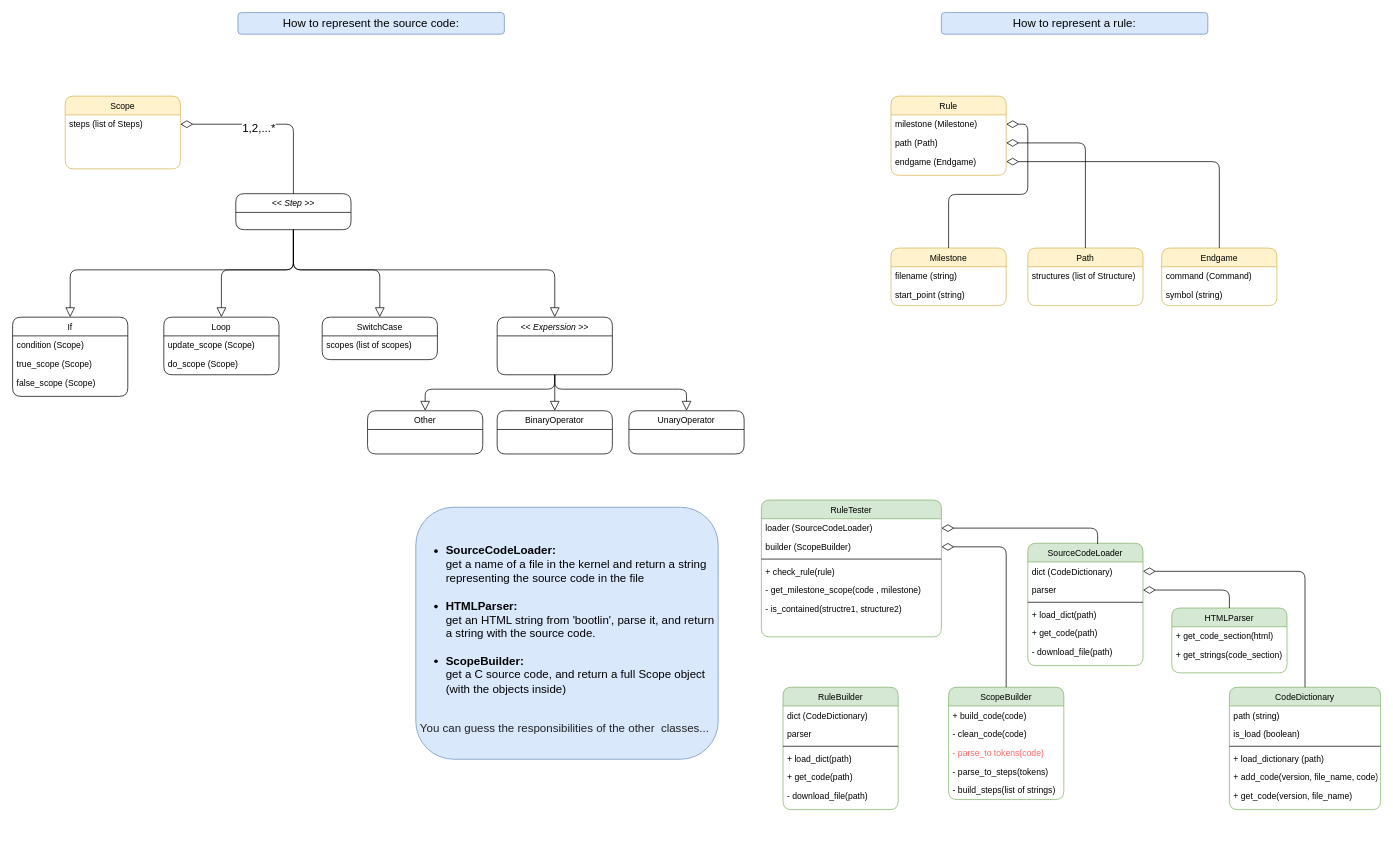
zivnaim/simon keeps this draw.io diagram as Untitled Diagram.drawio. Above is the earlier version. Source tidied: cells renumbered, new cells numbered last; positions are measured from the earlier drawing's top-left corner, leaving out a move shared by most shapes. Both pictures are drawn from the tidied source at 72%, with x=0, y=0 at pixel (12, 12).
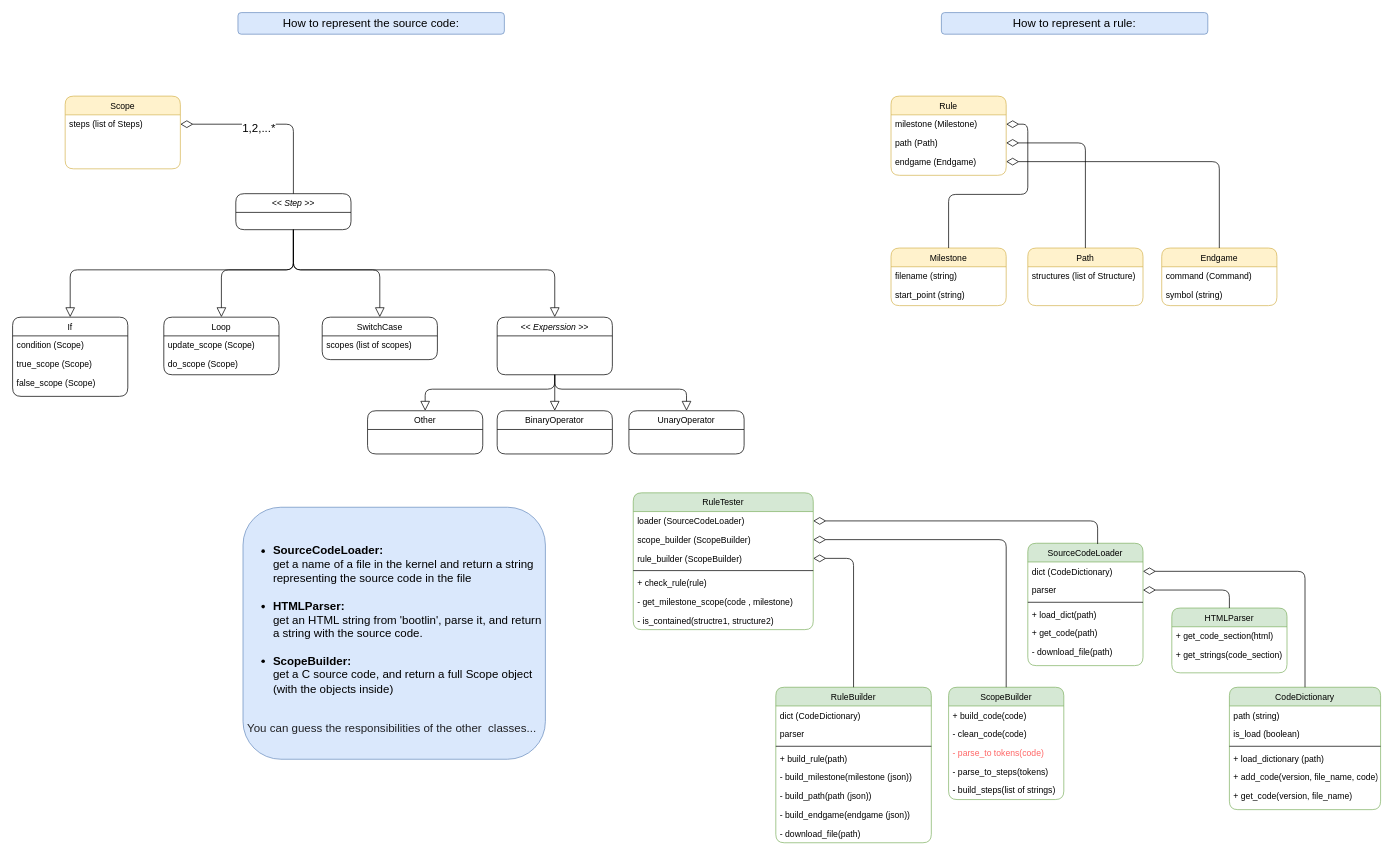
After the change.

Unchanged cells that the change refers to:
```xml
<mxCell id="3" value="dict (CodeDictionary)" style="text;align=left;verticalAlign=top;spacingLeft=4;spacingRight=4;overflow=hidden;points=[[0,0.5],[1,0.5]];portConstraint=eastwest;rounded=1;fontColor=#000000;" parent="2" vertex="1">
  <mxGeometry y="26" width="160" height="26" as="geometry" />
</mxCell>
<mxCell id="46" value="CodeDictionary" style="swimlane;fontStyle=0;align=center;verticalAlign=top;horizontal=1;startSize=26;rounded=1;shadow=0;strokeWidth=1;fillColor=#d5e8d4;strokeColor=#82b366;swimlaneLine=1;" parent="1" vertex="1">
  <mxGeometry x="1690" y="937" width="210" height="170" as="geometry" />
</mxCell>
<mxCell id="55" value="If" style="swimlane;fontStyle=0;align=center;verticalAlign=top;horizontal=1;startSize=26;rounded=1;shadow=0;strokeWidth=1;" parent="1" vertex="1">
  <mxGeometry y="423" width="160" height="110" as="geometry" />
</mxCell>
<mxCell id="60" value="Loop" style="swimlane;fontStyle=0;align=center;verticalAlign=top;horizontal=1;startSize=26;rounded=1;shadow=0;strokeWidth=1;" parent="1" vertex="1">
  <mxGeometry x="210" y="423" width="160" height="80" as="geometry" />
</mxCell>
<mxCell id="64" value="SwitchCase" style="swimlane;fontStyle=0;align=center;verticalAlign=top;horizontal=1;startSize=26;rounded=1;shadow=0;strokeWidth=1;" parent="1" vertex="1">
  <mxGeometry x="430" y="423" width="160" height="59" as="geometry" />
</mxCell>
<mxCell id="70" value="&lt;&lt; Experssion &gt;&gt;" style="swimlane;fontStyle=2;align=center;verticalAlign=top;horizontal=1;startSize=26;rounded=1;shadow=0;strokeWidth=1;" parent="1" vertex="1">
  <mxGeometry x="673" y="423" width="160" height="80" as="geometry" />
</mxCell>
<mxCell id="74" value="&lt;&lt; Step &gt;&gt;" style="swimlane;fontStyle=2;align=center;verticalAlign=top;horizontal=1;startSize=26;rounded=1;shadow=0;strokeWidth=1;" parent="1" vertex="1">
  <mxGeometry x="310" y="251.5" width="160" height="50" as="geometry" />
</mxCell>
```

The edit, as a diff of the source:
```diff
@@
     <mxCell id="12" value="RuleTester" style="swimlane;fontStyle=0;align=center;verticalAlign=top;horizontal=1;startSize=26;rounded=1;shadow=0;strokeWidth=1;fillColor=#d5e8d4;strokeColor=#82b366;" parent="1" vertex="1">
-      <mxGeometry x="1040" y="677" width="250" height="190" as="geometry" />
+      <mxGeometry x="862" y="667" width="250" height="190" as="geometry" />
     </mxCell>
@@
-    <mxCell id="14" value="builder (ScopeBuilder)" style="text;align=left;verticalAlign=top;spacingLeft=4;spacingRight=4;overflow=hidden;points=[[0,0.5],[1,0.5]];portConstraint=eastwest;rounded=1;" parent="12" vertex="1">
+    <mxCell id="14" value="scope_builder (ScopeBuilder)" style="text;align=left;verticalAlign=top;spacingLeft=4;spacingRight=4;overflow=hidden;points=[[0,0.5],[1,0.5]];portConstraint=eastwest;rounded=1;" parent="12" vertex="1">
       <mxGeometry y="52" width="250" height="26" as="geometry" />
     </mxCell>
+    <mxCell id="86" value="rule_builder (ScopeBuilder)" style="text;align=left;verticalAlign=top;spacingLeft=4;spacingRight=4;overflow=hidden;points=[[0,0.5],[1,0.5]];portConstraint=eastwest;rounded=1;" parent="12" vertex="1">
+      <mxGeometry y="78" width="250" height="26" as="geometry" />
+    </mxCell>
     <mxCell id="15" style="line;html=1;strokeWidth=1;align=left;verticalAlign=middle;spacingTop=-1;spacingLeft=3;spacingRight=3;labelPosition=right;rounded=1;" parent="12" vertex="1">
-      <mxGeometry y="78" width="250" height="8" as="geometry" />
+      <mxGeometry y="104" width="250" height="8" as="geometry" />
     </mxCell>
     <mxCell id="16" value="+ check_rule(rule)" style="text;align=left;verticalAlign=top;spacingLeft=4;spacingRight=4;overflow=hidden;rounded=1;" parent="12" vertex="1">
-      <mxGeometry y="86" width="250" height="26" as="geometry" />
+      <mxGeometry y="112" width="250" height="26" as="geometry" />
     </mxCell>
     <mxCell id="17" value="- get_milestone_scope(code , milestone)" style="text;align=left;verticalAlign=top;spacingLeft=4;spacingRight=4;overflow=hidden;rounded=1;" parent="12" vertex="1">
-      <mxGeometry y="112" width="250" height="26" as="geometry" />
+      <mxGeometry y="138" width="250" height="26" as="geometry" />
     </mxCell>
     <mxCell id="18" value="- is_contained(structre1, structure2)" style="text;align=left;verticalAlign=top;spacingLeft=4;spacingRight=4;overflow=hidden;rounded=1;" parent="12" vertex="1">
-      <mxGeometry y="138" width="250" height="26" as="geometry" />
+      <mxGeometry y="164" width="250" height="26" as="geometry" />
     </mxCell>
@@
     <mxCell id="30" value="&lt;ul&gt;&lt;li&gt;&lt;div&gt;&lt;b&gt;SourceCodeLoader:&lt;/b&gt;&lt;/div&gt;&lt;div&gt;&lt;span&gt;get a name of a file in the kernel and return a string representing the source code in the file&lt;/span&gt;&lt;/div&gt;&lt;div&gt;&lt;br&gt;&lt;/div&gt;&lt;/li&gt;&lt;li&gt;&lt;div&gt;&lt;b&gt;HTMLParser:&lt;/b&gt;&lt;/div&gt;&lt;div&gt;&lt;span&gt;get an HTML string from 'bootlin', parse it, and return a string with the source code.&amp;nbsp;&amp;nbsp;&lt;/span&gt;&lt;/div&gt;&lt;div&gt;&lt;br&gt;&lt;/div&gt;&lt;/li&gt;&lt;li&gt;&lt;div&gt;&lt;b&gt;ScopeBuilder:&lt;/b&gt;&lt;/div&gt;&lt;div&gt;&lt;span&gt;get a C source code, and return a full Scope object (with the objects inside)&lt;/span&gt;&lt;/div&gt;&lt;/li&gt;&lt;/ul&gt;&lt;div&gt;&lt;br&gt;&lt;/div&gt;&lt;div&gt;&lt;font size=&quot;1&quot;&gt;&lt;span&gt; &lt;/span&gt;&lt;span style=&quot;color: rgb(32 , 33 , 36) ; font-family: inherit ; font-size: 16px&quot;&gt;&lt;span style=&quot;white-space: pre&quot;&gt; &lt;/span&gt;You can guess the responsibilities of the other &lt;span style=&quot;white-space: pre&quot;&gt; &lt;/span&gt;classes...&lt;/span&gt;&lt;/font&gt;&lt;br&gt;&lt;/div&gt;" style="text;html=1;strokeColor=#6c8ebf;fillColor=#dae8fc;align=left;verticalAlign=middle;whiteSpace=wrap;rounded=1;fontSize=16;" parent="1" vertex="1">
-      <mxGeometry x="560" y="687" width="420" height="350" as="geometry" />
+      <mxGeometry x="320" y="687" width="420" height="350" as="geometry" />
     </mxCell>
@@
-    <mxCell id="53" style="edgeStyle=orthogonalEdgeStyle;rounded=1;jettySize=auto;html=1;exitX=1;exitY=0.5;exitDx=0;exitDy=0;entryX=0.5;entryY=0;entryDx=0;entryDy=0;fontColor=#000000;sketch=0;shadow=0;endArrow=none;endFill=0;startArrow=diamondThin;startFill=0;startSize=15;" parent="1" edge="1" source="3" target="46">
+    <mxCell id="53" style="edgeStyle=orthogonalEdgeStyle;rounded=1;jettySize=auto;html=1;exitX=1;exitY=0.5;exitDx=0;exitDy=0;entryX=0.5;entryY=0;entryDx=0;entryDy=0;fontColor=#000000;shadow=0;endArrow=none;endFill=0;startArrow=diamondThin;startFill=0;startSize=15;" parent="1" edge="1" source="3" target="46">
       <mxGeometry relative="1" as="geometry" />
     </mxCell>
-    <mxCell id="54" style="edgeStyle=orthogonalEdgeStyle;rounded=1;sketch=0;jettySize=auto;html=1;exitX=0.5;exitY=0;exitDx=0;exitDy=0;entryX=0.5;entryY=1;entryDx=0;entryDy=0;shadow=0;fontColor=#000000;startArrow=block;startFill=0;endArrow=none;endFill=0;startSize=11;" parent="1" edge="1" source="55" target="74">
+    <mxCell id="54" style="edgeStyle=orthogonalEdgeStyle;rounded=1;jettySize=auto;html=1;exitX=0.5;exitY=0;exitDx=0;exitDy=0;entryX=0.5;entryY=1;entryDx=0;entryDy=0;shadow=0;fontColor=#000000;startArrow=block;startFill=0;endArrow=none;endFill=0;startSize=11;" parent="1" edge="1" source="55" target="74">
       <mxGeometry relative="1" as="geometry" />
     </mxCell>
@@
-    <mxCell id="59" style="edgeStyle=orthogonalEdgeStyle;rounded=1;sketch=0;jettySize=auto;html=1;exitX=0.5;exitY=0;exitDx=0;exitDy=0;entryX=0.5;entryY=1;entryDx=0;entryDy=0;shadow=0;fontColor=#000000;startArrow=block;startFill=0;endArrow=none;endFill=0;startSize=11;" parent="1" edge="1" source="60" target="74">
+    <mxCell id="59" style="edgeStyle=orthogonalEdgeStyle;rounded=1;jettySize=auto;html=1;exitX=0.5;exitY=0;exitDx=0;exitDy=0;entryX=0.5;entryY=1;entryDx=0;entryDy=0;shadow=0;fontColor=#000000;startArrow=block;startFill=0;endArrow=none;endFill=0;startSize=11;" parent="1" edge="1" source="60" target="74">
       <mxGeometry relative="1" as="geometry" />
     </mxCell>
@@
-    <mxCell id="63" style="edgeStyle=orthogonalEdgeStyle;rounded=1;sketch=0;jettySize=auto;html=1;exitX=0.5;exitY=0;exitDx=0;exitDy=0;entryX=0.5;entryY=1;entryDx=0;entryDy=0;shadow=0;fontColor=#000000;startArrow=block;startFill=0;endArrow=none;endFill=0;startSize=11;" parent="1" edge="1" source="64" target="74">
+    <mxCell id="63" style="edgeStyle=orthogonalEdgeStyle;rounded=1;jettySize=auto;html=1;exitX=0.5;exitY=0;exitDx=0;exitDy=0;entryX=0.5;entryY=1;entryDx=0;entryDy=0;shadow=0;fontColor=#000000;startArrow=block;startFill=0;endArrow=none;endFill=0;startSize=11;" parent="1" edge="1" source="64" target="74">
       <mxGeometry relative="1" as="geometry" />
     </mxCell>
@@
-    <mxCell id="69" style="edgeStyle=orthogonalEdgeStyle;rounded=1;sketch=0;jettySize=auto;html=1;exitX=0.5;exitY=0;exitDx=0;exitDy=0;entryX=0.5;entryY=1;entryDx=0;entryDy=0;shadow=0;fontColor=#000000;startArrow=block;startFill=0;endArrow=none;endFill=0;startSize=11;" parent="1" edge="1" source="70" target="74">
+    <mxCell id="69" style="edgeStyle=orthogonalEdgeStyle;rounded=1;jettySize=auto;html=1;exitX=0.5;exitY=0;exitDx=0;exitDy=0;entryX=0.5;entryY=1;entryDx=0;entryDy=0;shadow=0;fontColor=#000000;startArrow=block;startFill=0;endArrow=none;endFill=0;startSize=11;" parent="1" edge="1" source="70" target="74">
       <mxGeometry relative="1" as="geometry" />
     </mxCell>
@@
     <mxCell id="79" value="RuleBuilder" style="swimlane;fontStyle=0;align=center;verticalAlign=top;horizontal=1;startSize=26;rounded=1;shadow=0;strokeWidth=1;fillColor=#d5e8d4;strokeColor=#82b366;" parent="1" vertex="1">
-      <mxGeometry x="1070" y="937" width="160" height="170" as="geometry" />
+      <mxGeometry x="1060" y="937" width="216" height="216" as="geometry" />
     </mxCell>
     <mxCell id="80" value="dict (CodeDictionary)" style="text;align=left;verticalAlign=top;spacingLeft=4;spacingRight=4;overflow=hidden;rounded=1;fontColor=#000000;" parent="79" vertex="1">
-      <mxGeometry y="26" width="160" height="26" as="geometry" />
+      <mxGeometry y="26" width="216" height="26" as="geometry" />
     </mxCell>
     <mxCell id="81" value="parser" style="text;align=left;verticalAlign=top;spacingLeft=4;spacingRight=4;overflow=hidden;rounded=1;shadow=0;html=0;" parent="79" vertex="1">
-      <mxGeometry y="52" width="160" height="26" as="geometry" />
+      <mxGeometry y="52" width="216" height="26" as="geometry" />
     </mxCell>
     <mxCell id="82" style="line;html=1;strokeWidth=1;align=left;verticalAlign=middle;spacingTop=-1;spacingLeft=3;spacingRight=3;labelPosition=right;rounded=1;" parent="79" vertex="1">
-      <mxGeometry y="78" width="160" height="8" as="geometry" />
+      <mxGeometry y="78" width="216" height="8" as="geometry" />
     </mxCell>
-    <mxCell id="83" value="+ load_dict(path)" style="text;align=left;verticalAlign=top;spacingLeft=4;spacingRight=4;overflow=hidden;rounded=1;fontColor=#000000;" parent="79" vertex="1">
-      <mxGeometry y="86" width="160" height="26" as="geometry" />
+    <mxCell id="83" value="+ build_rule(path)" style="text;align=left;verticalAlign=top;spacingLeft=4;spacingRight=4;overflow=hidden;rounded=1;fontColor=#000000;" parent="79" vertex="1">
+      <mxGeometry y="86" width="216" height="26" as="geometry" />
     </mxCell>
-    <mxCell id="84" value="+ get_code(path)" style="text;align=left;verticalAlign=top;spacingLeft=4;spacingRight=4;overflow=hidden;rounded=1;" parent="79" vertex="1">
-      <mxGeometry y="112" width="160" height="26" as="geometry" />
+    <mxCell id="84" value="- build_milestone(milestone (json))" style="text;align=left;verticalAlign=top;spacingLeft=4;spacingRight=4;overflow=hidden;rounded=1;" parent="79" vertex="1">
+      <mxGeometry y="112" width="216" height="26" as="geometry" />
     </mxCell>
+    <mxCell id="87" value="- build_path(path (json))" style="text;align=left;verticalAlign=top;spacingLeft=4;spacingRight=4;overflow=hidden;rounded=1;" parent="79" vertex="1">
+      <mxGeometry y="138" width="216" height="26" as="geometry" />
+    </mxCell>
+    <mxCell id="88" value="- build_endgame(endgame (json))" style="text;align=left;verticalAlign=top;spacingLeft=4;spacingRight=4;overflow=hidden;rounded=1;" parent="79" vertex="1">
+      <mxGeometry y="164" width="216" height="26" as="geometry" />
+    </mxCell>
     <mxCell id="85" value="- download_file(path)" style="text;align=left;verticalAlign=top;spacingLeft=4;spacingRight=4;overflow=hidden;rounded=1;" parent="79" vertex="1">
-      <mxGeometry y="138" width="160" height="26" as="geometry" />
+      <mxGeometry y="190" width="216" height="26" as="geometry" />
     </mxCell>
+    <mxCell id="89" style="edgeStyle=orthogonalEdgeStyle;rounded=1;jettySize=auto;html=1;exitX=1;exitY=0.5;exitDx=0;exitDy=0;endArrow=none;endFill=0;startArrow=diamondThin;startFill=0;startSize=15;strokeColor=default;" parent="1" edge="1" source="86" target="79">
+      <mxGeometry relative="1" as="geometry" />
+    </mxCell>
```
